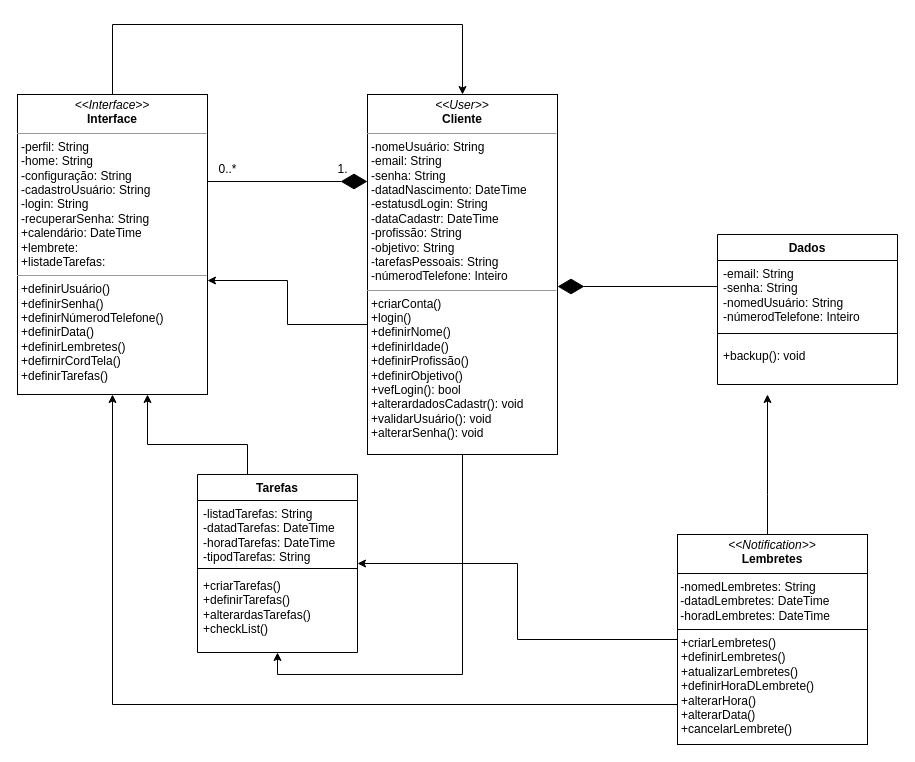
Before: docs/img/Diagrama de classe.drawio in ICEI-PUC-Minas-PMV-ADS/pmv-ads-2024-1-e2-proj-int-t3-grupo03, a draw.io diagram. Source tidied: cells renumbered, new cells numbered last; positions are measured from the earlier drawing's top-left corner, leaving out a move shared by most shapes. Both pictures are drawn from the tidied source at 100%, with x=0, y=0 at pixel (17, 24).
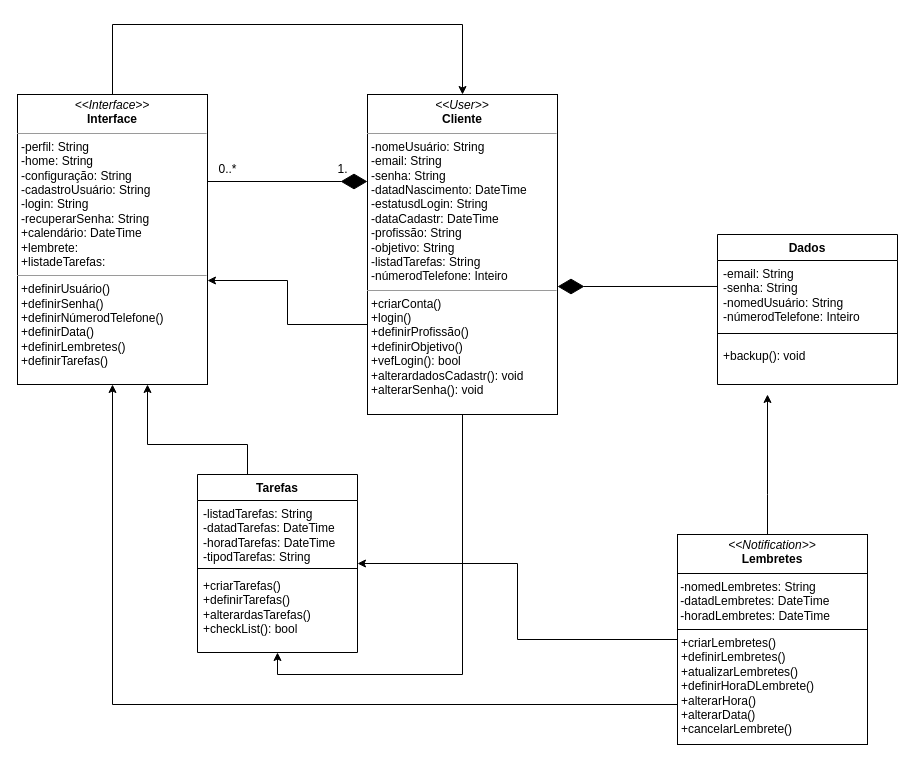
After the change.

Commit message:
Diagrama de classe KIPA.drawio

Unchanged cells that the change refers to:
```xml
<mxCell id="10" value="Tarefas" style="swimlane;fontStyle=1;align=center;verticalAlign=top;horizontal=1;startSize=26;whiteSpace=wrap;html=1;" parent="1" vertex="1">
  <mxGeometry x="180" y="450" width="160" height="178" as="geometry" />
</mxCell>
```

Change to the diagram source:
```diff
@@
-    <mxCell id="3" value="&lt;p style=&quot;margin:0px;margin-top:4px;text-align:center;&quot;&gt;&lt;i&gt;&amp;lt;&amp;lt;Interface&amp;gt;&amp;gt;&lt;/i&gt;&lt;br&gt;&lt;b&gt;Interface&lt;/b&gt;&lt;/p&gt;&lt;hr size=&quot;1&quot;&gt;&lt;p style=&quot;margin: 0px 0px 0px 4px;&quot;&gt;&lt;span style=&quot;background-color: initial;&quot;&gt;-perfil: String&lt;/span&gt;&lt;/p&gt;&lt;p style=&quot;margin: 0px 0px 0px 4px;&quot;&gt;&lt;span style=&quot;background-color: initial;&quot;&gt;-home: String&lt;/span&gt;&lt;/p&gt;&lt;p style=&quot;margin: 0px 0px 0px 4px;&quot;&gt;&lt;span style=&quot;background-color: initial;&quot;&gt;-configuração: String&lt;/span&gt;&lt;/p&gt;&lt;p style=&quot;margin:0px;margin-left:4px;&quot;&gt;-cadastroUsuário:&amp;nbsp;&lt;span style=&quot;background-color: initial;&quot;&gt;String&lt;/span&gt;&lt;/p&gt;&lt;p style=&quot;margin:0px;margin-left:4px;&quot;&gt;-login:&amp;nbsp;&lt;span style=&quot;background-color: initial;&quot;&gt;String&lt;/span&gt;&lt;/p&gt;&lt;p style=&quot;margin:0px;margin-left:4px;&quot;&gt;-recuperarSenha:&amp;nbsp;&lt;span style=&quot;background-color: initial;&quot;&gt;String&lt;/span&gt;&lt;/p&gt;&lt;p style=&quot;margin:0px;margin-left:4px;&quot;&gt;+calendário:&amp;nbsp;&lt;span style=&quot;background-color: initial;&quot;&gt;DateTime&lt;/span&gt;&lt;/p&gt;&lt;p style=&quot;margin:0px;margin-left:4px;&quot;&gt;+lembrete:&amp;nbsp;&lt;/p&gt;&lt;p style=&quot;margin:0px;margin-left:4px;&quot;&gt;&lt;span style=&quot;background-color: initial;&quot;&gt;+listadeTarefas:&amp;nbsp;&lt;/span&gt;&lt;br&gt;&lt;/p&gt;&lt;hr size=&quot;1&quot;&gt;&lt;p style=&quot;margin: 0px 0px 0px 4px;&quot;&gt;+definirUsuário()&lt;/p&gt;&lt;p style=&quot;margin:0px;margin-left:4px;&quot;&gt;&lt;span style=&quot;background-color: initial;&quot;&gt;+definirSenha()&lt;/span&gt;&lt;br&gt;&lt;/p&gt;&lt;p style=&quot;margin:0px;margin-left:4px;&quot;&gt;+definirNúmerodTelefone()&lt;/p&gt;&lt;p style=&quot;margin:0px;margin-left:4px;&quot;&gt;+definirData()&lt;br&gt;&lt;/p&gt;&lt;p style=&quot;margin:0px;margin-left:4px;&quot;&gt;+definirLembretes()&lt;/p&gt;&lt;p style=&quot;margin:0px;margin-left:4px;&quot;&gt;+defirnirCordTela()&lt;/p&gt;&lt;p style=&quot;margin:0px;margin-left:4px;&quot;&gt;+definirTarefas()&lt;/p&gt;&lt;p style=&quot;margin: 0px 0px 0px 4px;&quot;&gt;&lt;br&gt;&lt;/p&gt;&lt;p style=&quot;margin:0px;margin-left:4px;&quot;&gt;&lt;br&gt;&lt;/p&gt;&lt;p style=&quot;margin:0px;margin-left:4px;&quot;&gt;&lt;br&gt;&lt;/p&gt;&lt;p style=&quot;margin:0px;margin-left:4px;&quot;&gt;&lt;br&gt;&lt;/p&gt;" style="verticalAlign=top;align=left;overflow=fill;fontSize=12;fontFamily=Helvetica;html=1;rounded=0;shadow=0;comic=0;labelBackgroundColor=none;strokeWidth=1;" parent="1" vertex="1">
-      <mxGeometry y="70" width="190" height="300" as="geometry" />
+    <mxCell id="3" value="&lt;p style=&quot;margin:0px;margin-top:4px;text-align:center;&quot;&gt;&lt;i&gt;&amp;lt;&amp;lt;Interface&amp;gt;&amp;gt;&lt;/i&gt;&lt;br&gt;&lt;b&gt;Interface&lt;/b&gt;&lt;/p&gt;&lt;hr size=&quot;1&quot;&gt;&lt;p style=&quot;margin: 0px 0px 0px 4px;&quot;&gt;&lt;span style=&quot;background-color: initial;&quot;&gt;-perfil: String&lt;/span&gt;&lt;/p&gt;&lt;p style=&quot;margin: 0px 0px 0px 4px;&quot;&gt;&lt;span style=&quot;background-color: initial;&quot;&gt;-home: String&lt;/span&gt;&lt;/p&gt;&lt;p style=&quot;margin: 0px 0px 0px 4px;&quot;&gt;&lt;span style=&quot;background-color: initial;&quot;&gt;-configuração: String&lt;/span&gt;&lt;/p&gt;&lt;p style=&quot;margin:0px;margin-left:4px;&quot;&gt;-cadastroUsuário:&amp;nbsp;&lt;span style=&quot;background-color: initial;&quot;&gt;String&lt;/span&gt;&lt;/p&gt;&lt;p style=&quot;margin:0px;margin-left:4px;&quot;&gt;-login:&amp;nbsp;&lt;span style=&quot;background-color: initial;&quot;&gt;String&lt;/span&gt;&lt;/p&gt;&lt;p style=&quot;margin:0px;margin-left:4px;&quot;&gt;-recuperarSenha:&amp;nbsp;&lt;span style=&quot;background-color: initial;&quot;&gt;String&lt;/span&gt;&lt;/p&gt;&lt;p style=&quot;margin:0px;margin-left:4px;&quot;&gt;+calendário:&amp;nbsp;&lt;span style=&quot;background-color: initial;&quot;&gt;DateTime&lt;/span&gt;&lt;/p&gt;&lt;p style=&quot;margin:0px;margin-left:4px;&quot;&gt;+lembrete:&amp;nbsp;&lt;/p&gt;&lt;p style=&quot;margin:0px;margin-left:4px;&quot;&gt;&lt;span style=&quot;background-color: initial;&quot;&gt;+listadeTarefas:&amp;nbsp;&lt;/span&gt;&lt;br&gt;&lt;/p&gt;&lt;hr size=&quot;1&quot;&gt;&lt;p style=&quot;margin: 0px 0px 0px 4px;&quot;&gt;+definirUsuário()&lt;/p&gt;&lt;p style=&quot;margin:0px;margin-left:4px;&quot;&gt;&lt;span style=&quot;background-color: initial;&quot;&gt;+definirSenha()&lt;/span&gt;&lt;br&gt;&lt;/p&gt;&lt;p style=&quot;margin:0px;margin-left:4px;&quot;&gt;+definirNúmerodTelefone()&lt;/p&gt;&lt;p style=&quot;margin:0px;margin-left:4px;&quot;&gt;+definirData()&lt;br&gt;&lt;/p&gt;&lt;p style=&quot;margin:0px;margin-left:4px;&quot;&gt;+definirLembretes()&lt;/p&gt;&lt;p style=&quot;margin:0px;margin-left:4px;&quot;&gt;+definirTarefas()&lt;/p&gt;&lt;p style=&quot;margin: 0px 0px 0px 4px;&quot;&gt;&lt;br&gt;&lt;/p&gt;&lt;p style=&quot;margin:0px;margin-left:4px;&quot;&gt;&lt;br&gt;&lt;/p&gt;&lt;p style=&quot;margin:0px;margin-left:4px;&quot;&gt;&lt;br&gt;&lt;/p&gt;&lt;p style=&quot;margin:0px;margin-left:4px;&quot;&gt;&lt;br&gt;&lt;/p&gt;" style="verticalAlign=top;align=left;overflow=fill;fontSize=12;fontFamily=Helvetica;html=1;rounded=0;shadow=0;comic=0;labelBackgroundColor=none;strokeWidth=1;" parent="1" vertex="1">
+      <mxGeometry y="70" width="190" height="290" as="geometry" />
     </mxCell>
@@
-    <mxCell id="6" value="&lt;p style=&quot;margin:0px;margin-top:4px;text-align:center;&quot;&gt;&lt;i&gt;&amp;lt;&amp;lt;User&amp;gt;&amp;gt;&lt;/i&gt;&lt;br&gt;&lt;b&gt;Cliente&lt;/b&gt;&lt;/p&gt;&lt;hr size=&quot;1&quot;&gt;&lt;p style=&quot;margin:0px;margin-left:4px;&quot;&gt;-nomeUsuário: String&lt;/p&gt;&lt;p style=&quot;margin:0px;margin-left:4px;&quot;&gt;-email:&amp;nbsp;&lt;span style=&quot;background-color: initial;&quot;&gt;String&lt;/span&gt;&lt;/p&gt;&lt;p style=&quot;margin:0px;margin-left:4px;&quot;&gt;-senha:&amp;nbsp;&lt;span style=&quot;background-color: initial;&quot;&gt;String&lt;/span&gt;&lt;/p&gt;&lt;p style=&quot;margin: 0px 0px 0px 4px;&quot;&gt;&lt;span style=&quot;background-color: initial;&quot;&gt;-datadNascimento:&amp;nbsp;&lt;/span&gt;&lt;span style=&quot;background-color: initial;&quot;&gt;DateTime&lt;/span&gt;&lt;br&gt;&lt;/p&gt;&lt;p style=&quot;margin: 0px 0px 0px 4px;&quot;&gt;-estatusdLogin:&amp;nbsp;&lt;span style=&quot;background-color: initial;&quot;&gt;String&lt;/span&gt;&lt;/p&gt;&lt;p style=&quot;margin: 0px 0px 0px 4px;&quot;&gt;&lt;span style=&quot;background-color: initial;&quot;&gt;-dataCadastr:&amp;nbsp;&lt;/span&gt;&lt;span style=&quot;background-color: initial;&quot;&gt;DateTime&lt;/span&gt;&lt;/p&gt;&lt;p style=&quot;margin: 0px 0px 0px 4px;&quot;&gt;-profissão: String&lt;/p&gt;&lt;p style=&quot;margin: 0px 0px 0px 4px;&quot;&gt;-objetivo: String&lt;/p&gt;&lt;p style=&quot;margin: 0px 0px 0px 4px;&quot;&gt;-tarefasPessoais: String&lt;/p&gt;&lt;p style=&quot;margin: 0px 0px 0px 4px;&quot;&gt;-númerodTelefone: Inteiro&lt;/p&gt;&lt;hr size=&quot;1&quot;&gt;&lt;p style=&quot;margin: 0px 0px 0px 4px;&quot;&gt;+criarConta()&lt;/p&gt;&lt;p style=&quot;margin: 0px 0px 0px 4px;&quot;&gt;+login()&lt;/p&gt;&lt;p style=&quot;margin: 0px 0px 0px 4px;&quot;&gt;+definirNome()&lt;/p&gt;&lt;p style=&quot;margin: 0px 0px 0px 4px;&quot;&gt;+definirIdade()&lt;/p&gt;&lt;p style=&quot;margin: 0px 0px 0px 4px;&quot;&gt;+definirProfissão()&lt;/p&gt;&lt;p style=&quot;margin: 0px 0px 0px 4px;&quot;&gt;+definirObjetivo()&lt;/p&gt;&lt;p style=&quot;margin: 0px 0px 0px 4px;&quot;&gt;+vefLogin(): bool&lt;/p&gt;&lt;p style=&quot;margin: 0px 0px 0px 4px;&quot;&gt;+alterardadosCadastr(): void&lt;/p&gt;&lt;p style=&quot;margin: 0px 0px 0px 4px;&quot;&gt;+validarUsuário():&amp;nbsp;&lt;span style=&quot;background-color: initial;&quot;&gt;void&lt;/span&gt;&lt;/p&gt;&lt;p style=&quot;margin: 0px 0px 0px 4px;&quot;&gt;+alterarSenha(): void&lt;span style=&quot;background-color: initial;&quot;&gt;&lt;br&gt;&lt;/span&gt;&lt;/p&gt;&lt;div&gt;&lt;span style=&quot;background-color: initial;&quot;&gt;&lt;br&gt;&lt;/span&gt;&lt;/div&gt;&lt;p style=&quot;margin: 0px 0px 0px 4px;&quot;&gt;&lt;br&gt;&lt;/p&gt;&lt;div&gt;&lt;br&gt;&lt;/div&gt;" style="verticalAlign=top;align=left;overflow=fill;fontSize=12;fontFamily=Helvetica;html=1;rounded=0;shadow=0;comic=0;labelBackgroundColor=none;strokeWidth=1;" parent="1" vertex="1">
-      <mxGeometry x="350" y="70" width="190" height="360" as="geometry" />
+    <mxCell id="6" value="&lt;p style=&quot;margin:0px;margin-top:4px;text-align:center;&quot;&gt;&lt;i&gt;&amp;lt;&amp;lt;User&amp;gt;&amp;gt;&lt;/i&gt;&lt;br&gt;&lt;b&gt;Cliente&lt;/b&gt;&lt;/p&gt;&lt;hr size=&quot;1&quot;&gt;&lt;p style=&quot;margin:0px;margin-left:4px;&quot;&gt;-nomeUsuário: String&lt;/p&gt;&lt;p style=&quot;margin:0px;margin-left:4px;&quot;&gt;-email:&amp;nbsp;&lt;span style=&quot;background-color: initial;&quot;&gt;String&lt;/span&gt;&lt;/p&gt;&lt;p style=&quot;margin:0px;margin-left:4px;&quot;&gt;-senha:&amp;nbsp;&lt;span style=&quot;background-color: initial;&quot;&gt;String&lt;/span&gt;&lt;/p&gt;&lt;p style=&quot;margin: 0px 0px 0px 4px;&quot;&gt;&lt;span style=&quot;background-color: initial;&quot;&gt;-datadNascimento:&amp;nbsp;&lt;/span&gt;&lt;span style=&quot;background-color: initial;&quot;&gt;DateTime&lt;/span&gt;&lt;br&gt;&lt;/p&gt;&lt;p style=&quot;margin: 0px 0px 0px 4px;&quot;&gt;-estatusdLogin:&amp;nbsp;&lt;span style=&quot;background-color: initial;&quot;&gt;String&lt;/span&gt;&lt;/p&gt;&lt;p style=&quot;margin: 0px 0px 0px 4px;&quot;&gt;&lt;span style=&quot;background-color: initial;&quot;&gt;-dataCadastr:&amp;nbsp;&lt;/span&gt;&lt;span style=&quot;background-color: initial;&quot;&gt;DateTime&lt;/span&gt;&lt;/p&gt;&lt;p style=&quot;margin: 0px 0px 0px 4px;&quot;&gt;-profissão: String&lt;/p&gt;&lt;p style=&quot;margin: 0px 0px 0px 4px;&quot;&gt;-objetivo: String&lt;/p&gt;&lt;p style=&quot;margin: 0px 0px 0px 4px;&quot;&gt;-listadTarefas: String&lt;/p&gt;&lt;p style=&quot;margin: 0px 0px 0px 4px;&quot;&gt;-númerodTelefone: Inteiro&lt;/p&gt;&lt;hr size=&quot;1&quot;&gt;&lt;p style=&quot;margin: 0px 0px 0px 4px;&quot;&gt;+criarConta()&lt;/p&gt;&lt;p style=&quot;margin: 0px 0px 0px 4px;&quot;&gt;+login()&lt;/p&gt;&lt;p style=&quot;margin: 0px 0px 0px 4px;&quot;&gt;&lt;span style=&quot;background-color: initial;&quot;&gt;+definirProfissão()&lt;/span&gt;&lt;br&gt;&lt;/p&gt;&lt;p style=&quot;margin: 0px 0px 0px 4px;&quot;&gt;+definirObjetivo()&lt;/p&gt;&lt;p style=&quot;margin: 0px 0px 0px 4px;&quot;&gt;+vefLogin(): bool&lt;/p&gt;&lt;p style=&quot;margin: 0px 0px 0px 4px;&quot;&gt;+alterardadosCadastr(): void&lt;/p&gt;&lt;p style=&quot;margin: 0px 0px 0px 4px;&quot;&gt;+alterarSenha(): void&lt;span style=&quot;background-color: initial;&quot;&gt;&lt;br&gt;&lt;/span&gt;&lt;/p&gt;&lt;div&gt;&lt;span style=&quot;background-color: initial;&quot;&gt;&lt;br&gt;&lt;/span&gt;&lt;/div&gt;&lt;p style=&quot;margin: 0px 0px 0px 4px;&quot;&gt;&lt;br&gt;&lt;/p&gt;&lt;div&gt;&lt;br&gt;&lt;/div&gt;" style="verticalAlign=top;align=left;overflow=fill;fontSize=12;fontFamily=Helvetica;html=1;rounded=0;shadow=0;comic=0;labelBackgroundColor=none;strokeWidth=1;" parent="1" vertex="1">
+      <mxGeometry x="350" y="70" width="190" height="320" as="geometry" />
     </mxCell>
@@
-    <mxCell id="13" value="&lt;div&gt;&lt;span style=&quot;text-wrap: nowrap;&quot;&gt;+criarTarefas()&lt;/span&gt;&lt;/div&gt;&lt;span style=&quot;text-wrap: nowrap;&quot;&gt;+definirTarefas()&lt;/span&gt;&lt;div&gt;&lt;span style=&quot;text-wrap: nowrap;&quot;&gt;+alterardasTarefas()&lt;/span&gt;&lt;/div&gt;&lt;div&gt;&lt;span style=&quot;text-wrap: nowrap; background-color: initial;&quot;&gt;+checkList()&lt;/span&gt;&lt;br&gt;&lt;/div&gt;" style="text;strokeColor=none;fillColor=none;align=left;verticalAlign=top;spacingLeft=4;spacingRight=4;overflow=hidden;whiteSpace=wrap;html=1;" parent="10" vertex="1">
+    <mxCell id="13" value="&lt;div&gt;&lt;span style=&quot;text-wrap: nowrap;&quot;&gt;+criarTarefas()&lt;/span&gt;&lt;/div&gt;&lt;span style=&quot;text-wrap: nowrap;&quot;&gt;+definirTarefas()&lt;/span&gt;&lt;div&gt;&lt;span style=&quot;text-wrap: nowrap;&quot;&gt;+alterardasTarefas()&lt;/span&gt;&lt;/div&gt;&lt;div&gt;&lt;span style=&quot;text-wrap: nowrap; background-color: initial;&quot;&gt;+checkList(): bool&lt;/span&gt;&lt;br&gt;&lt;/div&gt;" style="text;strokeColor=none;fillColor=none;align=left;verticalAlign=top;spacingLeft=4;spacingRight=4;overflow=hidden;whiteSpace=wrap;html=1;" parent="10" vertex="1">
       <mxGeometry y="98" width="160" height="80" as="geometry" />
     </mxCell>
```
